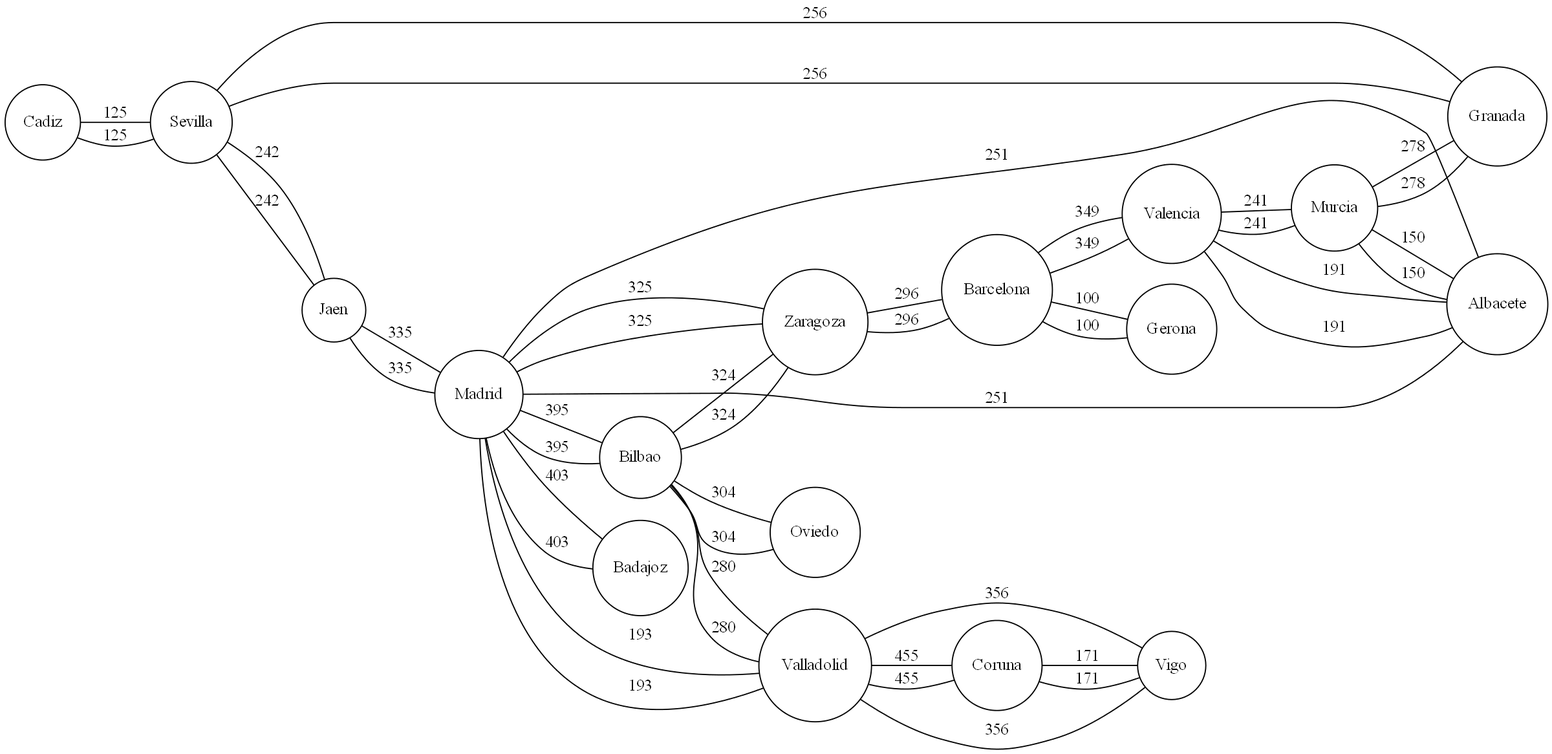
Before: [EDD]Proyecto_2/Rutas.png, a diagram exported from Graphviz (SevenPok/Proyecto_2_EDD). Its source is kept beside it as [EDD]Proyecto_2/Rutas.dot.
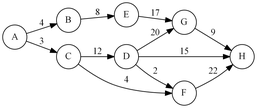
After the commit.

What changed in the source:
```diff
@@ -3,67 +3,25 @@
 graph [ dpi = 300 ];
 rankdir=LR size="8,5"
 	node [shape=circle]
-"Cadiz"
-"Cadiz"->"Sevilla"[dir=none label="125"]
-"Sevilla"
-"Sevilla"->"Cadiz"[dir=none label="125"]
-"Sevilla"->"Granada"[dir=none label="256"]
-"Sevilla"->"Jaen"[dir=none label="242"]
-"Granada"
-"Granada"->"Sevilla"[dir=none label="256"]
-"Granada"->"Murcia"[dir=none label="278"]
-"Jaen"
-"Jaen"->"Sevilla"[dir=none label="242"]
-"Jaen"->"Madrid"[dir=none label="335"]
-"Murcia"
-"Murcia"->"Granada"[dir=none label="278"]
-"Murcia"->"Valencia"[dir=none label="241"]
-"Murcia"->"Albacete"[dir=none label="150"]
-"Madrid"
-"Madrid"->"Jaen"[dir=none label="335"]
-"Madrid"->"Albacete"[dir=none label="251"]
-"Madrid"->"Zaragoza"[dir=none label="325"]
-"Madrid"->"Badajoz"[dir=none label="403"]
-"Madrid"->"Valladolid"[dir=none label="193"]
-"Madrid"->"Bilbao"[dir=none label="395"]
-"Valencia"
-"Valencia"->"Murcia"[dir=none label="241"]
-"Valencia"->"Albacete"[dir=none label="191"]
-"Valencia"->"Barcelona"[dir=none label="349"]
-"Albacete"
-"Albacete"->"Murcia"[dir=none label="150"]
-"Albacete"->"Valencia"[dir=none label="191"]
-"Albacete"->"Madrid"[dir=none label="251"]
-"Barcelona"
-"Barcelona"->"Valencia"[dir=none label="349"]
-"Barcelona"->"Gerona"[dir=none label="100"]
-"Barcelona"->"Zaragoza"[dir=none label="296"]
-"Gerona"
-"Gerona"->"Barcelona"[dir=none label="100"]
-"Zaragoza"
-"Zaragoza"->"Barcelona"[dir=none label="296"]
-"Zaragoza"->"Madrid"[dir=none label="325"]
-"Zaragoza"->"Bilbao"[dir=none label="324"]
-"Badajoz"
-"Badajoz"->"Madrid"[dir=none label="403"]
-"Valladolid"
-"Valladolid"->"Madrid"[dir=none label="193"]
-"Valladolid"->"Vigo"[dir=none label="356"]
-"Valladolid"->"Coruna"[dir=none label="455"]
-"Valladolid"->"Bilbao"[dir=none label="280"]
-"Vigo"
-"Vigo"->"Valladolid"[dir=none label="356"]
-"Vigo"->"Coruna"[dir=none label="171"]
-"Coruna"
-"Coruna"->"Valladolid"[dir=none label="455"]
-"Coruna"->"Vigo"[dir=none label="171"]
-"Bilbao"
-"Bilbao"->"Valladolid"[dir=none label="280"]
-"Bilbao"->"Madrid"[dir=none label="395"]
-"Bilbao"->"Zaragoza"[dir=none label="324"]
-"Bilbao"->"Oviedo"[dir=none label="304"]
-"Oviedo"
-"Oviedo"->"Bilbao"[dir=none label="304"]
+"A"
+"A"->"B"[label="4"]
+"A"->"C"[label="3"]
+"B"
+"B"->"E"[label="8"]
+"E"
+"E"->"G"[label="17"]
+"C"
+"C"->"D"[label="12"]
+"C"->"F"[label="4"]
+"D"
+"D"->"F"[label="2"]
+"D"->"H"[label="15"]
+"D"->"G"[label="20"]
+"F"
+"F"->"H"[label="22"]
+"H"
+"G"
+"G"->"H"[label="9"]
 
 
 }
```
